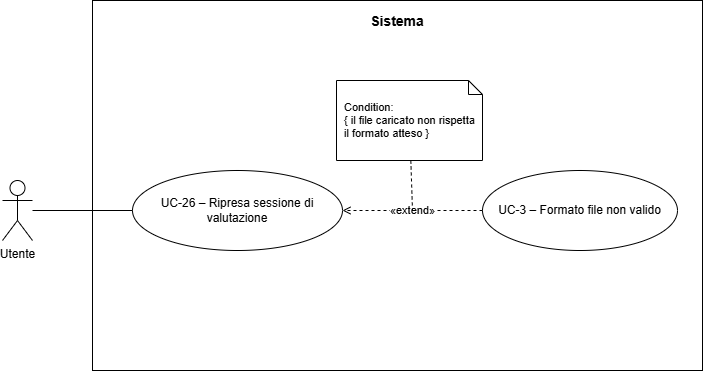
Above: src/images/diagrammiUML/UC-26.png in CoderiusGroup/Documentazione (draw.io), before the change. Source tidied: cells renumbered, new cells last; positions are measured from the earlier drawing's top-left corner, leaving out a move shared by most shapes.
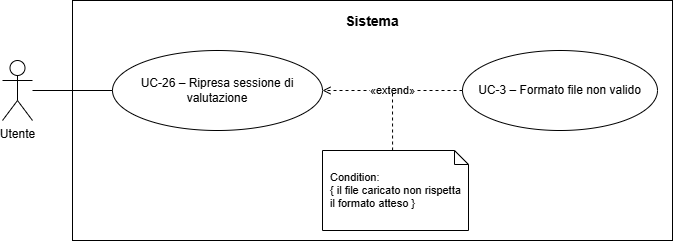
The same file after the commit.

The edit, as a diff of the source:
```diff
@@ -3,10 +3,10 @@
     <mxCell id="0" />
     <mxCell id="1" parent="0" />
     <mxCell id="2" value="&lt;b&gt;Sistema&lt;/b&gt;" style="rounded=0;whiteSpace=wrap;html=1;fillColor=none;strokeColor=#000000;strokeWidth=1;align=center;verticalAlign=top;fontSize=14;spacingTop=6;fontStyle=0;" parent="1" vertex="1">
-      <mxGeometry x="90" width="610" height="370" as="geometry" />
+      <mxGeometry x="90" y="120" width="600" height="240" as="geometry" />
     </mxCell>
     <mxCell id="3" value="Utente" style="shape=umlActor;verticalLabelPosition=bottom;verticalAlign=top;html=1;outlineConnect=0;" parent="1" vertex="1">
-      <mxGeometry y="180" width="30" height="60" as="geometry" />
+      <mxGeometry x="20" y="180" width="30" height="60" as="geometry" />
     </mxCell>
     <mxCell id="4" value="UC-26 – Ripresa sessione di valutazione" style="ellipse;whiteSpace=wrap;html=1;fillColor=#ffffff;strokeColor=#000000;strokeWidth=1;fontSize=12;" parent="1" vertex="1">
       <mxGeometry x="130" y="170" width="210" height="80" as="geometry" />
@@ -15,7 +15,7 @@
       <mxGeometry x="480" y="170" width="195" height="80" as="geometry" />
     </mxCell>
     <mxCell id="6" value="Condition:&lt;div&gt;{ il file caricato non rispetta il formato atteso }&lt;/div&gt;" style="shape=note;whiteSpace=wrap;html=1;backgroundOutline=1;size=14;fillColor=#ffffff;strokeColor=#000000;fontSize=11;align=left;spacingLeft=6;" parent="1" vertex="1">
-      <mxGeometry x="334" y="80" width="146" height="80" as="geometry" />
+      <mxGeometry x="340" y="270" width="146" height="80" as="geometry" />
     </mxCell>
     <mxCell id="7" style="endArrow=none;html=1;strokeColor=#000000;strokeWidth=1;" parent="1" edge="1" source="3" target="4">
       <mxGeometry relative="1" as="geometry" />
@@ -23,7 +23,7 @@
     <mxCell id="8" value="«extend»" style="dashed=1;endArrow=open;endFill=0;html=1;strokeColor=#000000;strokeWidth=1;fontSize=11;" parent="1" edge="1" source="5" target="4">
       <mxGeometry relative="1" as="geometry" />
     </mxCell>
-    <mxCell id="9" style="dashed=1;endArrow=none;html=1;strokeColor=#000000;strokeWidth=1;" parent="1" edge="1" source="6">
+    <mxCell id="9" style="dashed=1;endArrow=none;html=1;strokeColor=#000000;strokeWidth=1;exitX=0.48;exitY=0;exitDx=0;exitDy=0;exitPerimeter=0;" parent="1" edge="1" source="6">
       <mxGeometry relative="1" as="geometry">
         <mxPoint x="410" y="210" as="targetPoint" />
       </mxGeometry>
```
